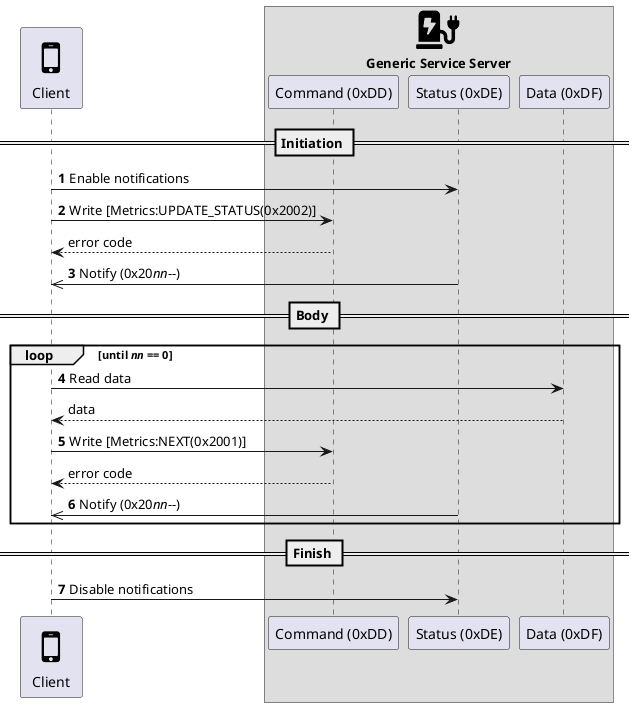
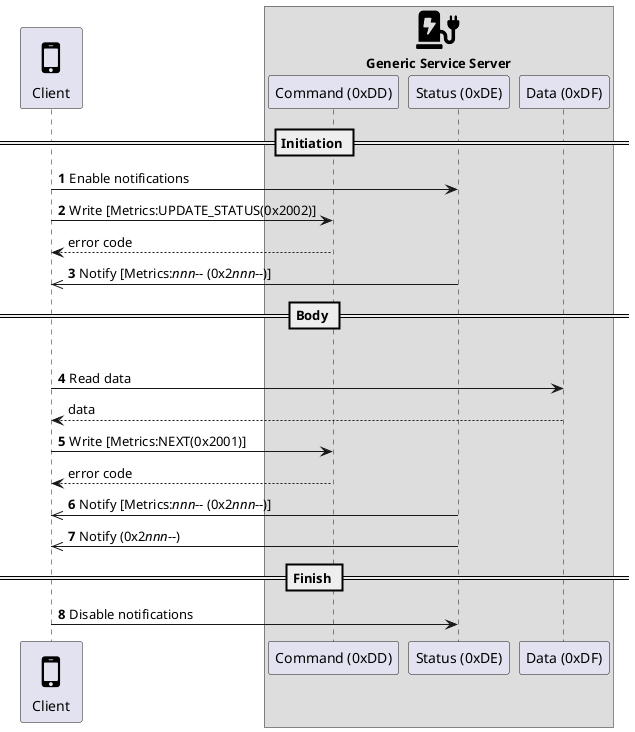
@startuml
skinparam defaultTextAlignment center
skinparam sequenceMessageAlign left

!include <tupadr3/common>
!include <tupadr3/font-awesome/mobile>
!include <tupadr3/font-awesome-5/charging_station>

participant "<$mobile>\nClient" as GSM
box "<$charging_station>\nGeneric Service Server"
participant "Command (0xDD)" as Command
participant "Status (0xDE)" as Status
participant "Data (0xDF)" as Data
end box
autonumber
== Initiation ==
GSM ->  Status: Enable notifications
GSM -> Command: Write [Metrics:UPDATE_STATUS(0x2002)]
autonumber stop
return error code
autonumber resume
- GSM <<- Status: Notify (0x20//nn//--)
+ GSM <<- Status: Notify [Metrics://nnn//~-- (0x2//nnn//--)]
== Body ==
- loop until //nn// == 0
+ loop until //nnn// == 0
  GSM -> Data: Read data
  autonumber stop
  return data
  autonumber resume
  GSM -> Command: Write [Metrics:NEXT(0x2001)]
  autonumber stop
  return error code
  autonumber resume
-   GSM <<- Status: Notify (0x20//nn//--)
- end
+   GSM <<- Status: Notify [Metrics://nnn//~-- (0x2//nnn//--)]
+   GSM <<- Status: Notify (0x2//nnn//--)
== Finish ==
GSM ->  Status: Disable notifications
@enduml